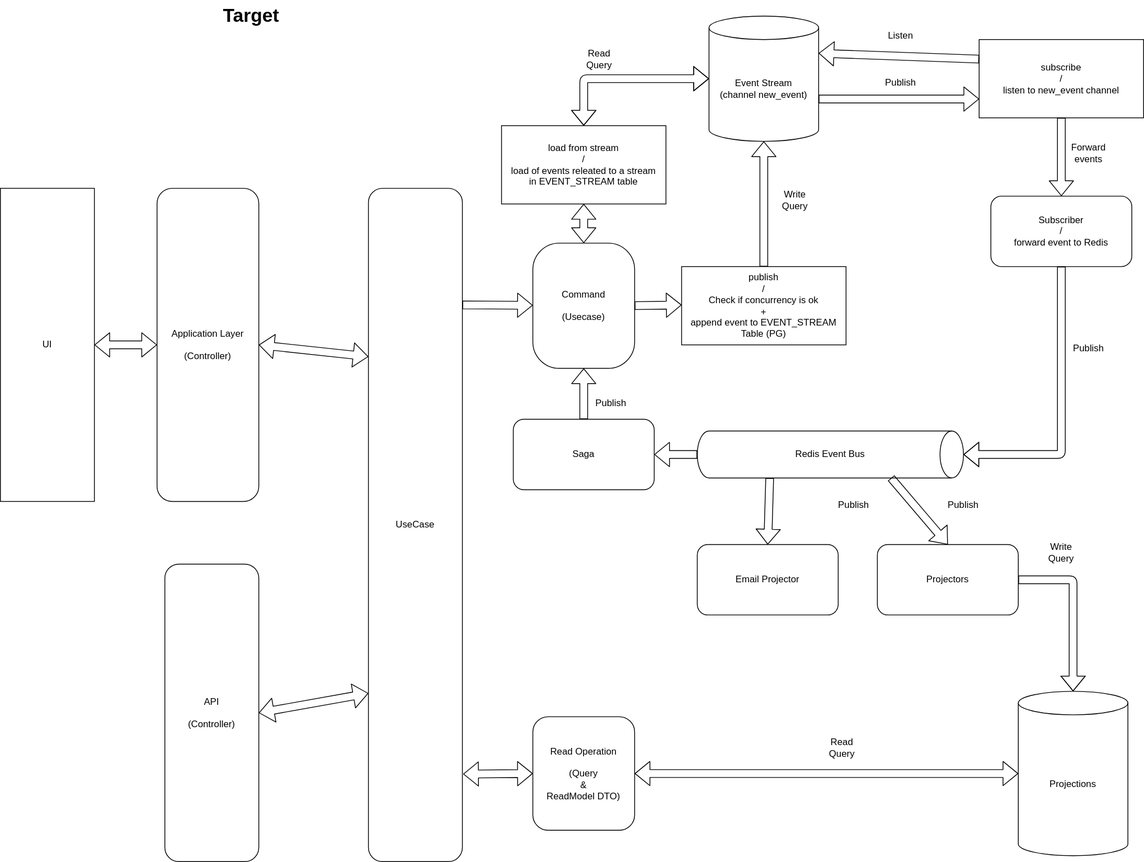
MTES-MCT/potentiel keeps this draw.io diagram as docs/gestion-de-la-dette/target.drawio.svg. Above is the earlier version. Source tidied: cells renumbered, new cells last; positions are measured from the earlier drawing's top-left corner, leaving out a move shared by most shapes. The source it was exported from:
```xml
<mxGraphModel>
  <root>
    <mxCell id="0" />
    <mxCell id="1" parent="0" />
    <mxCell id="2" style="group;" parent="1" vertex="1">
      <mxGeometry x="890" y="550" width="340" height="60" as="geometry" />
    </mxCell>
    <mxCell id="3" style="shape=cylinder3;whiteSpace=wrap;html=1;boundedLbl=1;backgroundOutline=1;size=15;rotation=90;" parent="2" vertex="1">
      <mxGeometry x="140" y="-140" width="60" height="340" as="geometry" />
    </mxCell>
    <mxCell id="4" value="Redis Event Bus" style="text;strokeColor=none;align=center;fillColor=none;html=1;verticalAlign=middle;whiteSpace=wrap;rounded=0;" parent="2" vertex="1">
      <mxGeometry x="100" y="15" width="140" height="30" as="geometry" />
    </mxCell>
    <mxCell id="5" value="UI" style="rounded=0;whiteSpace=wrap;html=1;" parent="1" vertex="1">
      <mxGeometry y="240" width="120" height="400" as="geometry" />
    </mxCell>
    <mxCell id="6" value="Command&lt;br&gt;&lt;br&gt;(Usecase)" style="rounded=1;whiteSpace=wrap;html=1;arcSize=26;" parent="1" vertex="1">
      <mxGeometry x="680" y="310" width="130" height="160" as="geometry" />
    </mxCell>
    <mxCell id="7" value="Read Operation&lt;br&gt;&lt;br&gt;(Query&lt;br&gt;&amp;amp;&lt;br&gt;ReadModel DTO)" style="rounded=1;whiteSpace=wrap;html=1;" parent="1" vertex="1">
      <mxGeometry x="680" y="915" width="130" height="145" as="geometry" />
    </mxCell>
    <mxCell id="8" value="Event Stream&lt;br&gt;(channel new_event)" style="shape=cylinder3;whiteSpace=wrap;html=1;boundedLbl=1;backgroundOutline=1;size=15;" parent="1" vertex="1">
      <mxGeometry x="905" y="20" width="140" height="160" as="geometry" />
    </mxCell>
    <mxCell id="9" value="Projections" style="shape=cylinder3;whiteSpace=wrap;html=1;boundedLbl=1;backgroundOutline=1;size=15;" parent="1" vertex="1">
      <mxGeometry x="1300" y="882.5" width="140" height="210" as="geometry" />
    </mxCell>
    <mxCell id="10" value="Projectors" style="rounded=1;whiteSpace=wrap;html=1;" parent="1" vertex="1">
      <mxGeometry x="1120" y="695" width="180" height="90" as="geometry" />
    </mxCell>
    <mxCell id="11" style="shape=flexArrow;endArrow=classic;html=1;exitX=1;exitY=0;exitDx=0;exitDy=92.5;exitPerimeter=0;entryX=0.5;entryY=0;entryDx=0;entryDy=0;" parent="1" edge="1" source="3" target="10">
      <mxGeometry relative="1" as="geometry" />
    </mxCell>
    <mxCell id="12" value="Application Layer&lt;br&gt;&lt;br&gt;(Controller)" style="rounded=1;whiteSpace=wrap;html=1;" parent="1" vertex="1">
      <mxGeometry x="200" y="240" width="130" height="400" as="geometry" />
    </mxCell>
    <mxCell id="13" style="shape=flexArrow;endArrow=classic;html=1;entryX=0;entryY=0.5;entryDx=0;entryDy=0;" parent="1" edge="1">
      <mxGeometry relative="1" as="geometry">
        <mxPoint x="590" y="389" as="sourcePoint" />
        <mxPoint x="680" y="389.4" as="targetPoint" />
      </mxGeometry>
    </mxCell>
    <mxCell id="14" value="publish&lt;br&gt;/&lt;br&gt;Check if concurrency is ok&lt;br&gt;+&lt;br&gt;append event to EVENT_STREAM Table (PG)" style="rounded=0;whiteSpace=wrap;html=1;" parent="1" vertex="1">
      <mxGeometry x="870" y="340" width="210" height="100" as="geometry" />
    </mxCell>
    <mxCell id="15" style="shape=flexArrow;endArrow=classic;html=1;exitX=1;exitY=0.5;exitDx=0;exitDy=0;" parent="1" edge="1">
      <mxGeometry relative="1" as="geometry">
        <mxPoint x="810" y="389.9" as="sourcePoint" />
        <mxPoint x="870" y="389" as="targetPoint" />
      </mxGeometry>
    </mxCell>
    <mxCell id="16" style="shape=flexArrow;endArrow=classic;html=1;exitX=0.5;exitY=0;exitDx=0;exitDy=0;entryX=0.5;entryY=1;entryDx=0;entryDy=0;entryPerimeter=0;" parent="1" edge="1" source="14" target="8">
      <mxGeometry relative="1" as="geometry" />
    </mxCell>
    <mxCell id="17" style="shape=flexArrow;endArrow=classic;html=1;entryX=0.5;entryY=0;entryDx=0;entryDy=0;exitX=1;exitY=0;exitDx=0;exitDy=247.5;exitPerimeter=0;" parent="1" edge="1" source="3" target="44">
      <mxGeometry relative="1" as="geometry" />
    </mxCell>
    <mxCell id="18" value="Target" style="text;strokeColor=none;fillColor=none;html=1;fontSize=24;fontStyle=1;verticalAlign=middle;align=center;" parent="1" vertex="1">
      <mxGeometry x="150" width="340" height="40" as="geometry" />
    </mxCell>
    <mxCell id="19" style="shape=flexArrow;endArrow=classic;html=1;exitX=1;exitY=0.5;exitDx=0;exitDy=0;entryX=0.5;entryY=0;entryDx=0;entryDy=0;entryPerimeter=0;" parent="1" edge="1" source="10" target="9">
      <mxGeometry relative="1" as="geometry">
        <Array as="points">
          <mxPoint x="1370" y="740" />
        </Array>
      </mxGeometry>
    </mxCell>
    <mxCell id="20" value="subscribe&lt;br&gt;/&lt;br&gt;listen to new_event channel" style="rounded=0;whiteSpace=wrap;html=1;" parent="1" vertex="1">
      <mxGeometry x="1250" y="50" width="210" height="100" as="geometry" />
    </mxCell>
    <mxCell id="21" style="shape=flexArrow;endArrow=classic;html=1;exitX=1;exitY=0.5;exitDx=0;exitDy=0;entryX=0;entryY=0.5;entryDx=0;entryDy=0;exitPerimeter=0;" parent="1" edge="1">
      <mxGeometry relative="1" as="geometry">
        <mxPoint x="1045" y="126" as="sourcePoint" />
        <mxPoint x="1250" y="126" as="targetPoint" />
      </mxGeometry>
    </mxCell>
    <mxCell id="22" value="Subscriber&lt;br&gt;/&lt;br&gt;forward event to Redis" style="rounded=1;whiteSpace=wrap;html=1;" parent="1" vertex="1">
      <mxGeometry x="1265" y="250" width="180" height="90" as="geometry" />
    </mxCell>
    <mxCell id="23" style="shape=flexArrow;endArrow=classic;html=1;exitX=0.5;exitY=1;exitDx=0;exitDy=0;entryX=0.5;entryY=0;entryDx=0;entryDy=0;" parent="1" edge="1" source="20" target="22">
      <mxGeometry relative="1" as="geometry" />
    </mxCell>
    <mxCell id="24" style="shape=flexArrow;endArrow=classic;html=1;exitX=0.5;exitY=1;exitDx=0;exitDy=0;" parent="1" edge="1" source="22">
      <mxGeometry relative="1" as="geometry">
        <mxPoint x="1230" y="580" as="targetPoint" />
        <Array as="points">
          <mxPoint x="1355" y="580" />
        </Array>
      </mxGeometry>
    </mxCell>
    <mxCell id="25" value="Read Query" style="text;html=1;strokeColor=none;fillColor=none;align=center;verticalAlign=middle;whiteSpace=wrap;rounded=0;" parent="1" vertex="1">
      <mxGeometry x="735" y="60" width="60" height="30" as="geometry" />
    </mxCell>
    <mxCell id="26" value="load from stream&lt;br&gt;/&lt;br&gt;load of events releated to a stream&lt;br&gt;in EVENT_STREAM table" style="rounded=0;whiteSpace=wrap;html=1;" parent="1" vertex="1">
      <mxGeometry x="640" y="160" width="210" height="100" as="geometry" />
    </mxCell>
    <mxCell id="27" style="shape=flexArrow;endArrow=classic;startArrow=classic;html=1;entryX=0;entryY=0.5;entryDx=0;entryDy=0;entryPerimeter=0;exitX=0.5;exitY=0;exitDx=0;exitDy=0;" parent="1" edge="1" source="26" target="8">
      <mxGeometry relative="1" as="geometry">
        <Array as="points">
          <mxPoint x="745" y="100" />
        </Array>
      </mxGeometry>
    </mxCell>
    <mxCell id="28" value="Write Query" style="text;html=1;strokeColor=none;fillColor=none;align=center;verticalAlign=middle;whiteSpace=wrap;rounded=0;" parent="1" vertex="1">
      <mxGeometry x="985" y="240" width="60" height="30" as="geometry" />
    </mxCell>
    <mxCell id="29" style="shape=flexArrow;endArrow=classic;startArrow=classic;html=1;entryX=0.5;entryY=1;entryDx=0;entryDy=0;exitX=0.5;exitY=0;exitDx=0;exitDy=0;" parent="1" edge="1" source="6" target="26">
      <mxGeometry relative="1" as="geometry" />
    </mxCell>
    <mxCell id="30" value="Publish" style="text;html=1;strokeColor=none;fillColor=none;align=center;verticalAlign=middle;whiteSpace=wrap;rounded=0;" parent="1" vertex="1">
      <mxGeometry x="1120" y="90" width="60" height="30" as="geometry" />
    </mxCell>
    <mxCell id="31" style="shape=flexArrow;endArrow=classic;html=1;exitX=0;exitY=0.25;exitDx=0;exitDy=0;entryX=1;entryY=0;entryDx=0;entryDy=47.5;entryPerimeter=0;" parent="1" edge="1" source="20" target="8">
      <mxGeometry relative="1" as="geometry" />
    </mxCell>
    <mxCell id="32" value="Listen" style="text;html=1;strokeColor=none;fillColor=none;align=center;verticalAlign=middle;whiteSpace=wrap;rounded=0;" parent="1" vertex="1">
      <mxGeometry x="1120" y="30" width="60" height="30" as="geometry" />
    </mxCell>
    <mxCell id="33" value="Forward events" style="text;html=1;strokeColor=none;fillColor=none;align=center;verticalAlign=middle;whiteSpace=wrap;rounded=0;" parent="1" vertex="1">
      <mxGeometry x="1360" y="180" width="60" height="30" as="geometry" />
    </mxCell>
    <mxCell id="34" value="Publish" style="text;html=1;strokeColor=none;fillColor=none;align=center;verticalAlign=middle;whiteSpace=wrap;rounded=0;" parent="1" vertex="1">
      <mxGeometry x="1360" y="430" width="60" height="30" as="geometry" />
    </mxCell>
    <mxCell id="35" value="Publish" style="text;html=1;strokeColor=none;fillColor=none;align=center;verticalAlign=middle;whiteSpace=wrap;rounded=0;" parent="1" vertex="1">
      <mxGeometry x="1200" y="630" width="60" height="30" as="geometry" />
    </mxCell>
    <mxCell id="36" value="Publish" style="text;html=1;strokeColor=none;fillColor=none;align=center;verticalAlign=middle;whiteSpace=wrap;rounded=0;" parent="1" vertex="1">
      <mxGeometry x="750" y="500" width="60" height="30" as="geometry" />
    </mxCell>
    <mxCell id="37" value="Write Query" style="text;html=1;strokeColor=none;fillColor=none;align=center;verticalAlign=middle;whiteSpace=wrap;rounded=0;" parent="1" vertex="1">
      <mxGeometry x="1325" y="690" width="60" height="30" as="geometry" />
    </mxCell>
    <mxCell id="38" style="shape=flexArrow;endArrow=classic;startArrow=classic;html=1;entryX=0;entryY=0.5;entryDx=0;entryDy=0;entryPerimeter=0;" parent="1" edge="1" source="7" target="9">
      <mxGeometry relative="1" as="geometry" />
    </mxCell>
    <mxCell id="39" value="Read Query" style="text;html=1;strokeColor=none;fillColor=none;align=center;verticalAlign=middle;whiteSpace=wrap;rounded=0;" parent="1" vertex="1">
      <mxGeometry x="1045" y="940" width="60" height="30" as="geometry" />
    </mxCell>
    <mxCell id="40" value="UseCase" style="rounded=1;whiteSpace=wrap;html=1;" parent="1" vertex="1">
      <mxGeometry x="470" y="240" width="120" height="860" as="geometry" />
    </mxCell>
    <mxCell id="41" style="shape=flexArrow;endArrow=classic;startArrow=classic;html=1;entryX=0;entryY=0.5;entryDx=0;entryDy=0;exitX=1.008;exitY=0.87;exitDx=0;exitDy=0;exitPerimeter=0;" parent="1" edge="1" source="40" target="7">
      <mxGeometry relative="1" as="geometry" />
    </mxCell>
    <mxCell id="42" style="shape=flexArrow;endArrow=classic;startArrow=classic;html=1;entryX=0;entryY=0.25;entryDx=0;entryDy=0;exitX=1;exitY=0.5;exitDx=0;exitDy=0;" parent="1" edge="1" source="12" target="40">
      <mxGeometry relative="1" as="geometry" />
    </mxCell>
    <mxCell id="43" style="shape=flexArrow;endArrow=classic;startArrow=classic;html=1;exitX=1;exitY=0.5;exitDx=0;exitDy=0;entryX=0;entryY=0.5;entryDx=0;entryDy=0;" parent="1" edge="1" source="5" target="12">
      <mxGeometry relative="1" as="geometry" />
    </mxCell>
    <mxCell id="44" value="Email Projector" style="rounded=1;whiteSpace=wrap;html=1;" parent="1" vertex="1">
      <mxGeometry x="890" y="695" width="180" height="90" as="geometry" />
    </mxCell>
    <mxCell id="45" value="Saga" style="rounded=1;whiteSpace=wrap;html=1;" parent="1" vertex="1">
      <mxGeometry x="655" y="535" width="180" height="90" as="geometry" />
    </mxCell>
    <mxCell id="46" style="shape=flexArrow;endArrow=classic;html=1;entryX=1;entryY=0.5;entryDx=0;entryDy=0;exitX=0.5;exitY=1;exitDx=0;exitDy=0;exitPerimeter=0;" parent="1" edge="1" source="3" target="45">
      <mxGeometry relative="1" as="geometry" />
    </mxCell>
    <mxCell id="47" style="shape=flexArrow;endArrow=classic;html=1;entryX=0.5;entryY=1;entryDx=0;entryDy=0;" parent="1" edge="1" source="45" target="6">
      <mxGeometry relative="1" as="geometry" />
    </mxCell>
    <mxCell id="48" value="Publish" style="text;html=1;strokeColor=none;fillColor=none;align=center;verticalAlign=middle;whiteSpace=wrap;rounded=0;" parent="1" vertex="1">
      <mxGeometry x="1060" y="630" width="60" height="30" as="geometry" />
    </mxCell>
    <mxCell id="49" value="API&lt;br&gt;&lt;br&gt;(Controller)" style="rounded=1;whiteSpace=wrap;html=1;" parent="1" vertex="1">
      <mxGeometry x="210" y="720" width="120" height="380" as="geometry" />
    </mxCell>
    <mxCell id="50" style="shape=flexArrow;endArrow=classic;startArrow=classic;html=1;entryX=0;entryY=0.75;entryDx=0;entryDy=0;exitX=1;exitY=0.5;exitDx=0;exitDy=0;" parent="1" edge="1" source="49" target="40">
      <mxGeometry relative="1" as="geometry" />
    </mxCell>
  </root>
</mxGraphModel>
```
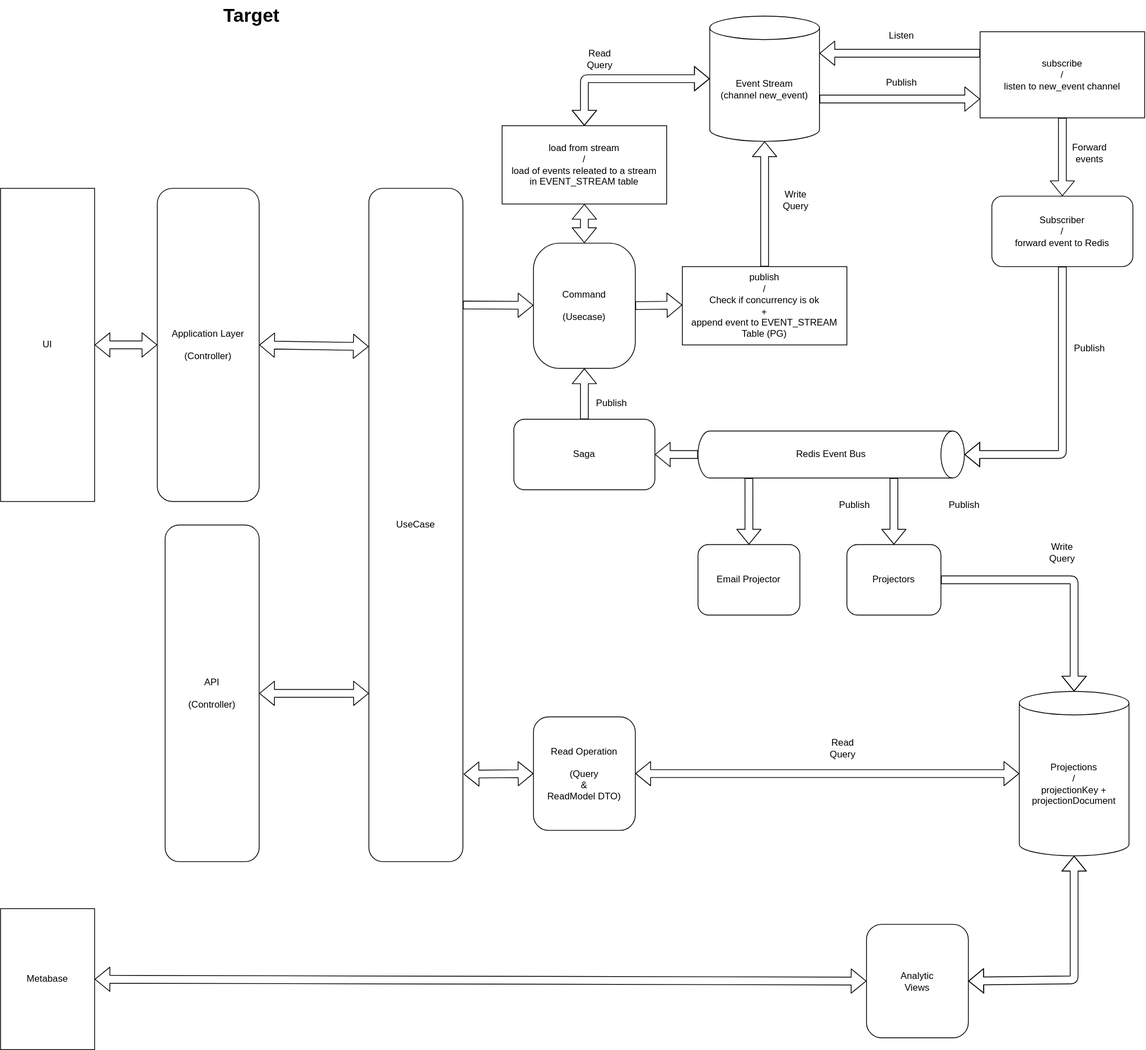
The same file after the commit.

Commit message:
📝 Modification partie projections dans le schéma

The edit, as a diff of the source:
```diff
@@ -23,14 +23,16 @@
     <mxCell id="8" value="Event Stream&lt;br&gt;(channel new_event)" style="shape=cylinder3;whiteSpace=wrap;html=1;boundedLbl=1;backgroundOutline=1;size=15;" parent="1" vertex="1">
       <mxGeometry x="905" y="20" width="140" height="160" as="geometry" />
     </mxCell>
-    <mxCell id="9" value="Projections" style="shape=cylinder3;whiteSpace=wrap;html=1;boundedLbl=1;backgroundOutline=1;size=15;" parent="1" vertex="1">
+    <mxCell id="9" value="Projections&lt;br&gt;/&lt;br&gt;projectionKey + projectionDocument" style="shape=cylinder3;whiteSpace=wrap;html=1;boundedLbl=1;backgroundOutline=1;size=15;" parent="1" vertex="1">
       <mxGeometry x="1300" y="882.5" width="140" height="210" as="geometry" />
     </mxCell>
     <mxCell id="10" value="Projectors" style="rounded=1;whiteSpace=wrap;html=1;" parent="1" vertex="1">
-      <mxGeometry x="1120" y="695" width="180" height="90" as="geometry" />
+      <mxGeometry x="1080" y="695" width="120" height="90" as="geometry" />
     </mxCell>
-    <mxCell id="11" style="shape=flexArrow;endArrow=classic;html=1;exitX=1;exitY=0;exitDx=0;exitDy=92.5;exitPerimeter=0;entryX=0.5;entryY=0;entryDx=0;entryDy=0;" parent="1" edge="1" source="3" target="10">
-      <mxGeometry relative="1" as="geometry" />
+    <mxCell id="11" style="shape=flexArrow;endArrow=classic;html=1;entryX=0.5;entryY=0;entryDx=0;entryDy=0;" parent="1" edge="1" target="10">
+      <mxGeometry relative="1" as="geometry">
+        <mxPoint x="1140" y="610" as="sourcePoint" />
+      </mxGeometry>
     </mxCell>
     <mxCell id="12" value="Application Layer&lt;br&gt;&lt;br&gt;(Controller)" style="rounded=1;whiteSpace=wrap;html=1;" parent="1" vertex="1">
       <mxGeometry x="200" y="240" width="130" height="400" as="geometry" />
@@ -53,7 +55,7 @@
     <mxCell id="16" style="shape=flexArrow;endArrow=classic;html=1;exitX=0.5;exitY=0;exitDx=0;exitDy=0;entryX=0.5;entryY=1;entryDx=0;entryDy=0;entryPerimeter=0;" parent="1" edge="1" source="14" target="8">
       <mxGeometry relative="1" as="geometry" />
     </mxCell>
-    <mxCell id="17" style="shape=flexArrow;endArrow=classic;html=1;entryX=0.5;entryY=0;entryDx=0;entryDy=0;exitX=1;exitY=0;exitDx=0;exitDy=247.5;exitPerimeter=0;" parent="1" edge="1" source="3" target="44">
+    <mxCell id="17" style="shape=flexArrow;endArrow=classic;html=1;entryX=0.5;entryY=0;entryDx=0;entryDy=0;exitX=1;exitY=0.809;exitDx=0;exitDy=0;exitPerimeter=0;" parent="1" edge="1" source="3" target="44">
       <mxGeometry relative="1" as="geometry" />
     </mxCell>
     <mxCell id="18" value="Target" style="text;strokeColor=none;fillColor=none;html=1;fontSize=24;fontStyle=1;verticalAlign=middle;align=center;" parent="1" vertex="1">
@@ -67,7 +69,7 @@
       </mxGeometry>
     </mxCell>
     <mxCell id="20" value="subscribe&lt;br&gt;/&lt;br&gt;listen to new_event channel" style="rounded=0;whiteSpace=wrap;html=1;" parent="1" vertex="1">
-      <mxGeometry x="1250" y="50" width="210" height="100" as="geometry" />
+      <mxGeometry x="1250" y="40" width="210" height="110" as="geometry" />
     </mxCell>
     <mxCell id="21" style="shape=flexArrow;endArrow=classic;html=1;exitX=1;exitY=0.5;exitDx=0;exitDy=0;entryX=0;entryY=0.5;entryDx=0;entryDy=0;exitPerimeter=0;" parent="1" edge="1">
       <mxGeometry relative="1" as="geometry">
@@ -144,14 +146,14 @@
     <mxCell id="41" style="shape=flexArrow;endArrow=classic;startArrow=classic;html=1;entryX=0;entryY=0.5;entryDx=0;entryDy=0;exitX=1.008;exitY=0.87;exitDx=0;exitDy=0;exitPerimeter=0;" parent="1" edge="1" source="40" target="7">
       <mxGeometry relative="1" as="geometry" />
     </mxCell>
-    <mxCell id="42" style="shape=flexArrow;endArrow=classic;startArrow=classic;html=1;entryX=0;entryY=0.25;entryDx=0;entryDy=0;exitX=1;exitY=0.5;exitDx=0;exitDy=0;" parent="1" edge="1" source="12" target="40">
+    <mxCell id="42" style="shape=flexArrow;endArrow=classic;startArrow=classic;html=1;entryX=-0.002;entryY=0.235;entryDx=0;entryDy=0;exitX=1;exitY=0.5;exitDx=0;exitDy=0;entryPerimeter=0;" parent="1" edge="1" source="12" target="40">
       <mxGeometry relative="1" as="geometry" />
     </mxCell>
     <mxCell id="43" style="shape=flexArrow;endArrow=classic;startArrow=classic;html=1;exitX=1;exitY=0.5;exitDx=0;exitDy=0;entryX=0;entryY=0.5;entryDx=0;entryDy=0;" parent="1" edge="1" source="5" target="12">
       <mxGeometry relative="1" as="geometry" />
     </mxCell>
     <mxCell id="44" value="Email Projector" style="rounded=1;whiteSpace=wrap;html=1;" parent="1" vertex="1">
-      <mxGeometry x="890" y="695" width="180" height="90" as="geometry" />
+      <mxGeometry x="890" y="695" width="130" height="90" as="geometry" />
     </mxCell>
     <mxCell id="45" value="Saga" style="rounded=1;whiteSpace=wrap;html=1;" parent="1" vertex="1">
       <mxGeometry x="655" y="535" width="180" height="90" as="geometry" />
@@ -166,10 +168,26 @@
       <mxGeometry x="1060" y="630" width="60" height="30" as="geometry" />
     </mxCell>
     <mxCell id="49" value="API&lt;br&gt;&lt;br&gt;(Controller)" style="rounded=1;whiteSpace=wrap;html=1;" parent="1" vertex="1">
-      <mxGeometry x="210" y="720" width="120" height="380" as="geometry" />
+      <mxGeometry x="210" y="670" width="120" height="430" as="geometry" />
     </mxCell>
     <mxCell id="50" style="shape=flexArrow;endArrow=classic;startArrow=classic;html=1;entryX=0;entryY=0.75;entryDx=0;entryDy=0;exitX=1;exitY=0.5;exitDx=0;exitDy=0;" parent="1" edge="1" source="49" target="40">
       <mxGeometry relative="1" as="geometry" />
     </mxCell>
+    <mxCell id="51" value="Analytic&lt;br&gt;Views" style="rounded=1;whiteSpace=wrap;html=1;" parent="1" vertex="1">
+      <mxGeometry x="1105" y="1180" width="130" height="145" as="geometry" />
+    </mxCell>
+    <mxCell id="52" style="shape=flexArrow;endArrow=classic;startArrow=classic;html=1;entryX=0.5;entryY=1;entryDx=0;entryDy=0;entryPerimeter=0;exitX=1;exitY=0.5;exitDx=0;exitDy=0;" parent="1" edge="1" source="51" target="9">
+      <mxGeometry relative="1" as="geometry">
+        <Array as="points">
+          <mxPoint x="1370" y="1251" />
+        </Array>
+      </mxGeometry>
+    </mxCell>
+    <mxCell id="53" value="Metabase" style="rounded=0;whiteSpace=wrap;html=1;" parent="1" vertex="1">
+      <mxGeometry y="1160" width="120" height="180" as="geometry" />
+    </mxCell>
+    <mxCell id="54" style="shape=flexArrow;endArrow=classic;startArrow=classic;html=1;entryX=0;entryY=0.5;entryDx=0;entryDy=0;" parent="1" edge="1" source="53" target="51">
+      <mxGeometry relative="1" as="geometry" />
+    </mxCell>
   </root>
 </mxGraphModel>
```
